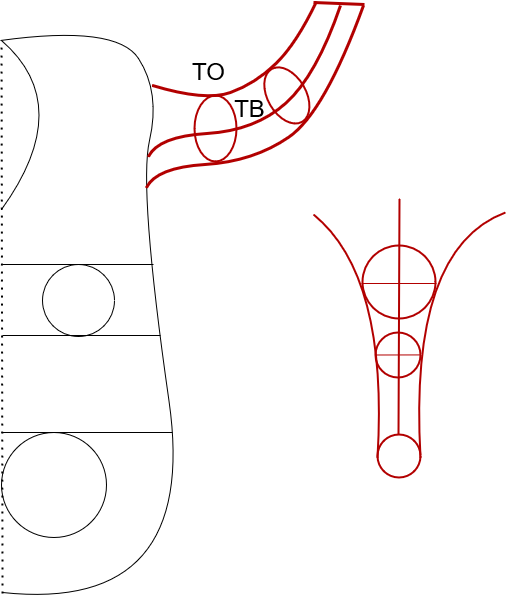
Before: Diagram bez tytułu6.png, a diagram exported from draw.io (adamski83/sklep). Source tidied: cells renumbered, new cells last; positions are measured from the earlier drawing's top-left corner, leaving out a move shared by most shapes.
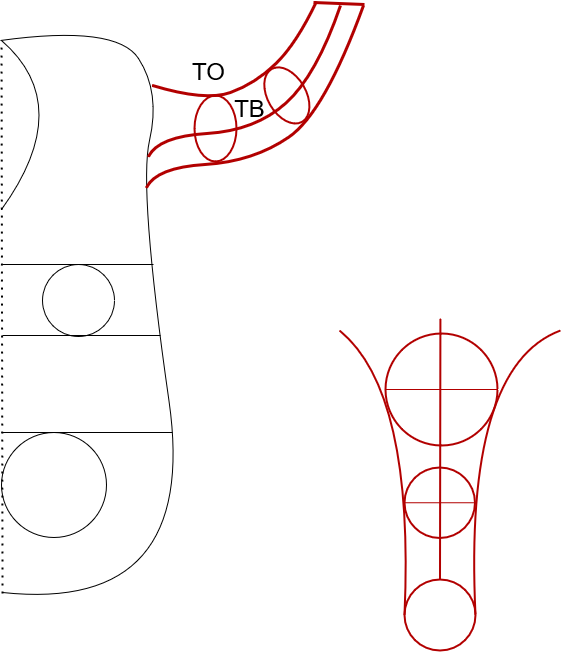
Above is the later version.

What changed in the source:
```diff
@@ -104,49 +104,41 @@
     <mxCell id="17" value="&lt;font style=&quot;font-size: 24px&quot;&gt;TO&lt;/font&gt;" style="text;html=1;align=center;verticalAlign=middle;" parent="1" vertex="1">
       <mxGeometry x="186" y="58" width="44" height="23" as="geometry" />
     </mxCell>
-    <mxCell id="18" style="endArrow=none;html=1;strokeColor=#B20000;strokeWidth=2;curved=1;fillColor=#e51400;" parent="1" edge="1">
+    <mxCell id="18" style="endArrow=none;html=1;strokeColor=#B20000;strokeWidth=2;curved=1;fillColor=#e51400;exitX=0;exitY=0.5;exitDx=0;exitDy=0;" parent="1" edge="1" source="20">
       <mxGeometry relative="1" as="geometry">
-        <mxPoint x="377" y="456" as="sourcePoint" />
-        <mxPoint x="313" y="213" as="targetPoint" />
+        <mxPoint x="339" y="329" as="targetPoint" />
         <Array as="points">
-          <mxPoint x="388" y="274" />
+          <mxPoint x="414" y="390" />
         </Array>
       </mxGeometry>
     </mxCell>
-    <mxCell id="19" style="endArrow=none;html=1;strokeColor=#B20000;strokeWidth=2;curved=1;fillColor=#e51400;" parent="1" edge="1">
+    <mxCell id="19" style="endArrow=none;html=1;strokeColor=#B20000;strokeWidth=2;curved=1;fillColor=#e51400;exitX=1;exitY=0.5;exitDx=0;exitDy=0;" parent="1" edge="1" source="20">
       <mxGeometry relative="1" as="geometry">
-        <mxPoint x="420" y="456" as="sourcePoint" />
-        <mxPoint x="505" y="211" as="targetPoint" />
+        <mxPoint x="560" y="329" as="targetPoint" />
         <Array as="points">
-          <mxPoint x="408" y="247" />
+          <mxPoint x="463" y="365" />
         </Array>
       </mxGeometry>
     </mxCell>
     <mxCell id="20" style="ellipse;whiteSpace=wrap;html=1;strokeWidth=2;strokeColor=#B20000;fontColor=#ffffff;fillColor=none;" parent="1" vertex="1">
-      <mxGeometry x="377" y="433" width="43" height="43" as="geometry" />
+      <mxGeometry x="404" y="578" width="71" height="71" as="geometry" />
     </mxCell>
     <mxCell id="21" style="ellipse;whiteSpace=wrap;html=1;strokeWidth=2;strokeColor=#B20000;fontColor=#ffffff;fillColor=none;" parent="1" vertex="1">
-      <mxGeometry x="375" y="331" width="45" height="45" as="geometry" />
+      <mxGeometry x="404" y="466" width="70.5" height="70.5" as="geometry" />
     </mxCell>
     <mxCell id="22" style="ellipse;whiteSpace=wrap;html=1;strokeWidth=2;strokeColor=#B20000;fontColor=#ffffff;fillColor=none;" parent="1" vertex="1">
-      <mxGeometry x="362" y="244" width="73" height="73" as="geometry" />
+      <mxGeometry x="385" y="332" width="112" height="112" as="geometry" />
     </mxCell>
-    <mxCell id="23" style="endArrow=none;html=1;strokeColor=#B20000;strokeWidth=2;fillColor=#e51400;" parent="1" edge="1">
+    <mxCell id="23" style="endArrow=none;html=1;strokeColor=#B20000;strokeWidth=2;fillColor=#e51400;exitX=0.5;exitY=0;exitDx=0;exitDy=0;" parent="1" edge="1" source="20">
       <mxGeometry relative="1" as="geometry">
-        <mxPoint x="398" y="433" as="sourcePoint" />
-        <mxPoint x="399" y="197" as="targetPoint" />
+        <mxPoint x="439.9" y="317" as="targetPoint" />
       </mxGeometry>
     </mxCell>
-    <mxCell id="24" style="endArrow=none;html=1;strokeColor=#B20000;strokeWidth=1;exitX=0;exitY=0.5;exitDx=0;exitDy=0;fillColor=#e51400;" parent="1" edge="1" source="21">
-      <mxGeometry relative="1" as="geometry">
-        <mxPoint x="420" y="353.4" as="targetPoint" />
-      </mxGeometry>
+    <mxCell id="24" style="endArrow=none;html=1;strokeColor=#B20000;strokeWidth=1;exitX=0;exitY=0.5;exitDx=0;exitDy=0;fillColor=#e51400;entryX=1;entryY=0.5;entryDx=0;entryDy=0;" parent="1" edge="1" source="21" target="21">
+      <mxGeometry relative="1" as="geometry" />
     </mxCell>
-    <mxCell id="25" style="endArrow=none;html=1;strokeColor=#B20000;strokeWidth=1;fillColor=#e51400;" parent="1" edge="1">
-      <mxGeometry relative="1" as="geometry">
-        <mxPoint x="361" y="282" as="sourcePoint" />
-        <mxPoint x="436" y="282" as="targetPoint" />
-      </mxGeometry>
+    <mxCell id="25" style="endArrow=none;html=1;strokeColor=#B20000;strokeWidth=1;fillColor=#e51400;entryX=1;entryY=0.5;entryDx=0;entryDy=0;exitX=0;exitY=0.5;exitDx=0;exitDy=0;" parent="1" edge="1" source="22" target="22">
+      <mxGeometry relative="1" as="geometry" />
     </mxCell>
   </root>
 </mxGraphModel>
```
